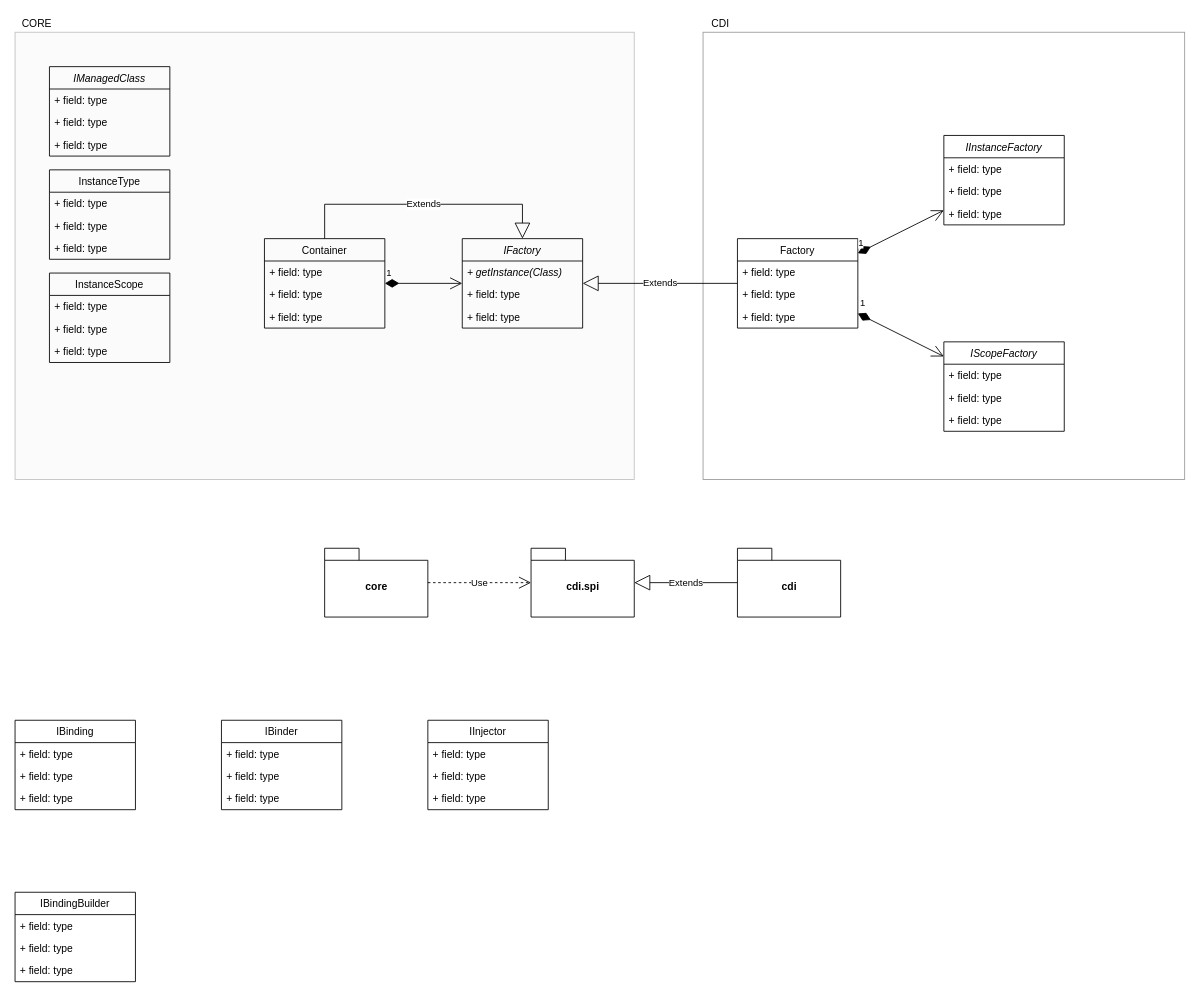
Earlier version of the draw.io diagram page "CDI" (7 of 9) of docs/container.drawio (js-lib-com/tiny-container). Source tidied: cells renumbered, new cells numbered last; positions are measured from the earlier drawing's top-left corner, leaving out a move shared by most shapes. Both pictures are drawn from the tidied source at 86%, with x=0, y=0 at pixel (15, 15).
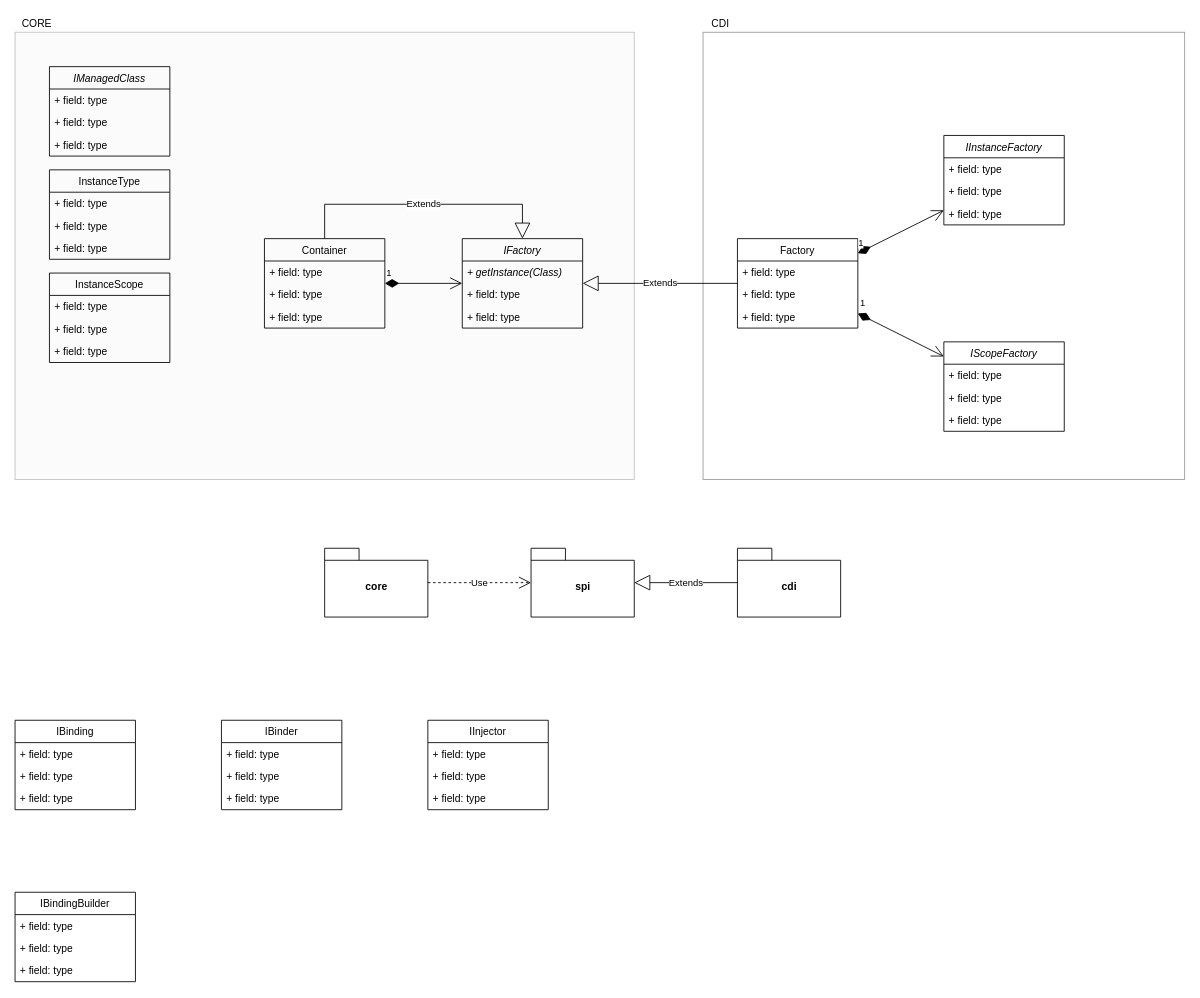
Above is the later version.

Change to the diagram source:
```diff
@@
-    <mxCell id="41" value="cdi.spi" style="shape=folder;fontStyle=1;spacingTop=10;tabWidth=40;tabHeight=14;tabPosition=left;html=1;" parent="1" vertex="1">
+    <mxCell id="41" value="spi" style="shape=folder;fontStyle=1;spacingTop=10;tabWidth=40;tabHeight=14;tabPosition=left;html=1;" parent="1" vertex="1">
       <mxGeometry x="600" y="620" width="120" height="80" as="geometry" />
     </mxCell>
```
